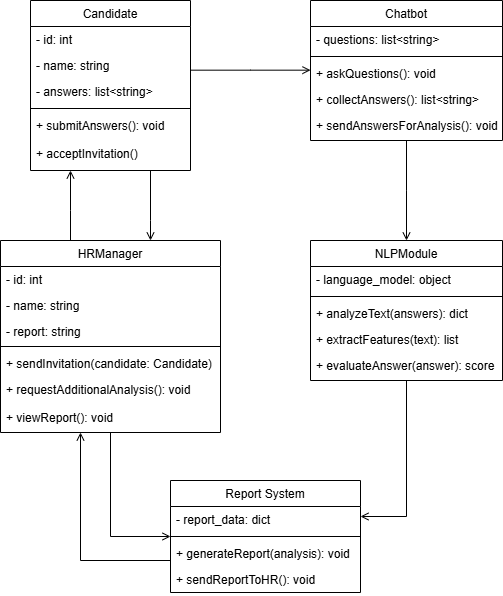
The draw.io diagram Диаграмма классов.drawio.png in Evgeny-Yakovlev73/Diagramms, before a commit. Source tidied: cells renumbered, new cells last; positions are measured from the earlier drawing's top-left corner, leaving out a move shared by most shapes.
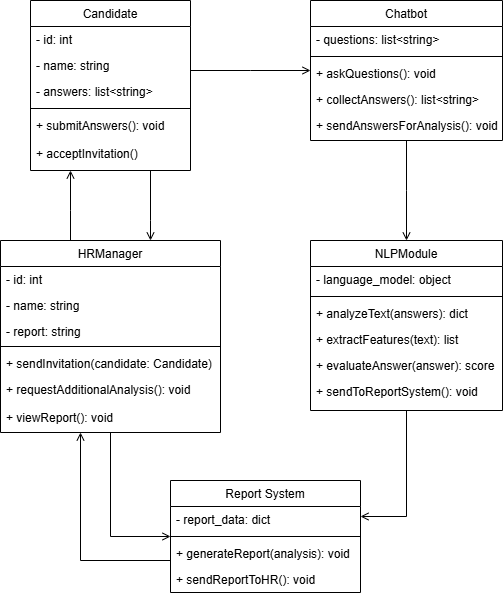
After the commit.

Diff of the diagram source:
```diff
@@ -62,7 +62,7 @@
       </mxGeometry>
     </mxCell>
     <mxCell id="21" value="NLPModule" style="swimlane;fontStyle=0;align=center;verticalAlign=top;horizontal=1;startSize=26;rounded=0;shadow=0;strokeWidth=1;" parent="1" vertex="1">
-      <mxGeometry x="310" y="240" width="192" height="140" as="geometry" />
+      <mxGeometry x="310" y="240" width="192" height="170" as="geometry" />
     </mxCell>
     <mxCell id="22" value="- language_model: object" style="text;align=left;verticalAlign=top;spacingLeft=4;spacingRight=4;overflow=hidden;" parent="21" vertex="1">
       <mxGeometry y="26" width="192" height="26" as="geometry" />
@@ -79,6 +79,9 @@
     <mxCell id="26" value="+ evaluateAnswer(answer): score" style="text;align=left;verticalAlign=top;spacingLeft=4;spacingRight=4;overflow=hidden;rounded=0;shadow=0;html=0;" parent="21" vertex="1">
       <mxGeometry y="112" width="192" height="26" as="geometry" />
     </mxCell>
+    <mxCell id="41" value="+ sendToReportSystem(): void" style="text;align=left;verticalAlign=top;spacingLeft=4;spacingRight=4;overflow=hidden;rounded=0;shadow=0;html=0;" parent="21" vertex="1">
+      <mxGeometry y="138" width="192" height="26" as="geometry" />
+    </mxCell>
     <mxCell id="27" style="endArrow=open;shadow=0;strokeWidth=1;rounded=0;curved=0;endFill=1;edgeStyle=elbowEdgeStyle;elbow=vertical;exitX=0.5;exitY=1;exitDx=0;exitDy=0;entryX=0.5;entryY=0;entryDx=0;entryDy=0;" parent="1" edge="1" source="14" target="21">
       <mxGeometry x="0.5" y="41" relative="1" as="geometry">
         <mxPoint x="-40" y="32" as="offset" />
```
